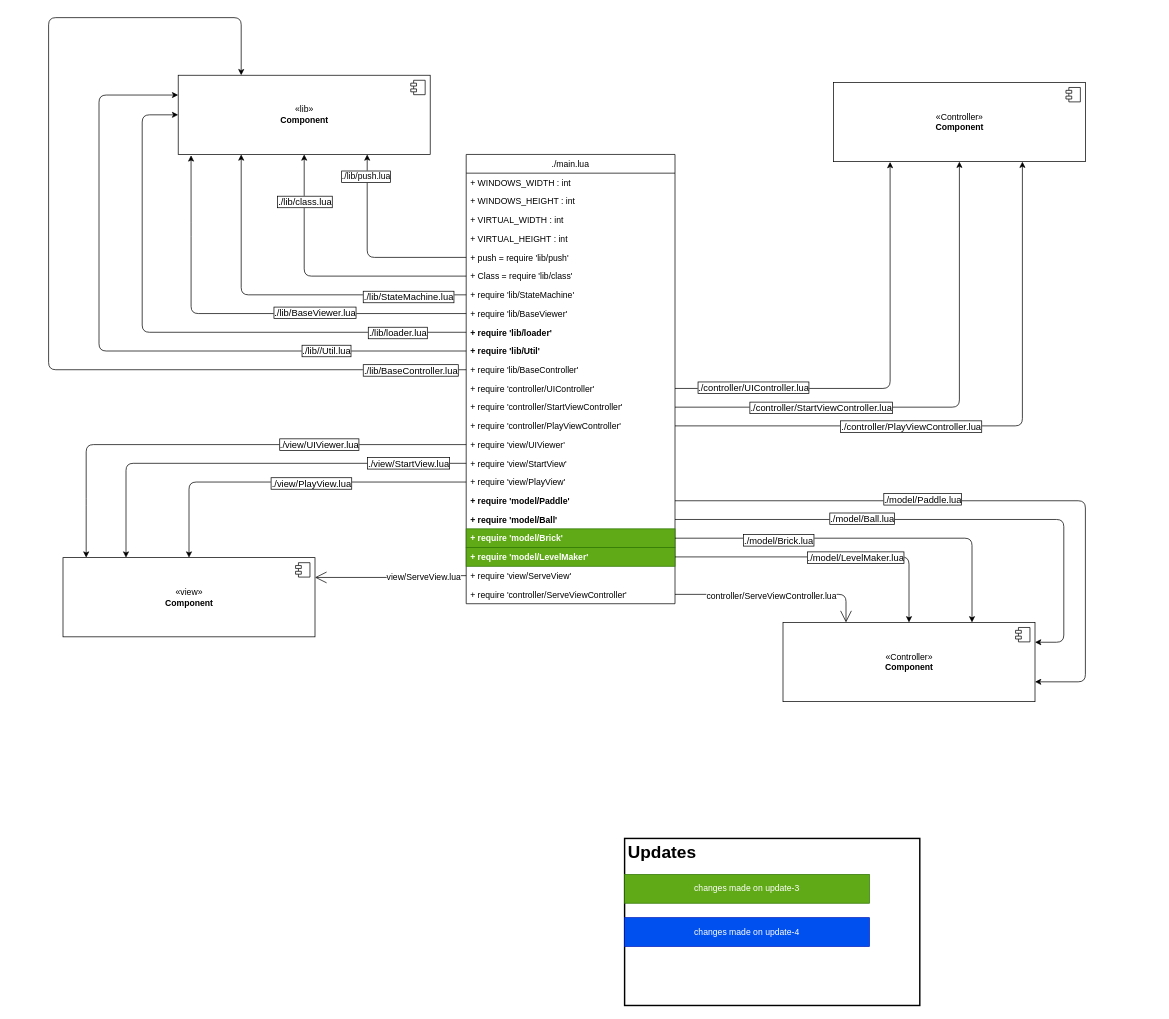
This is page "root" (3 of 7) of diagram.drawio from m00racle/breakout-love2d, a draw.io file, before an edit. Source tidied: cells renumbered, new cells numbered last; positions are measured from the earlier drawing's top-left corner, leaving out a move shared by most shapes. Both pictures are drawn from the tidied source at 72%, with x=0, y=0 at pixel (48, 17).
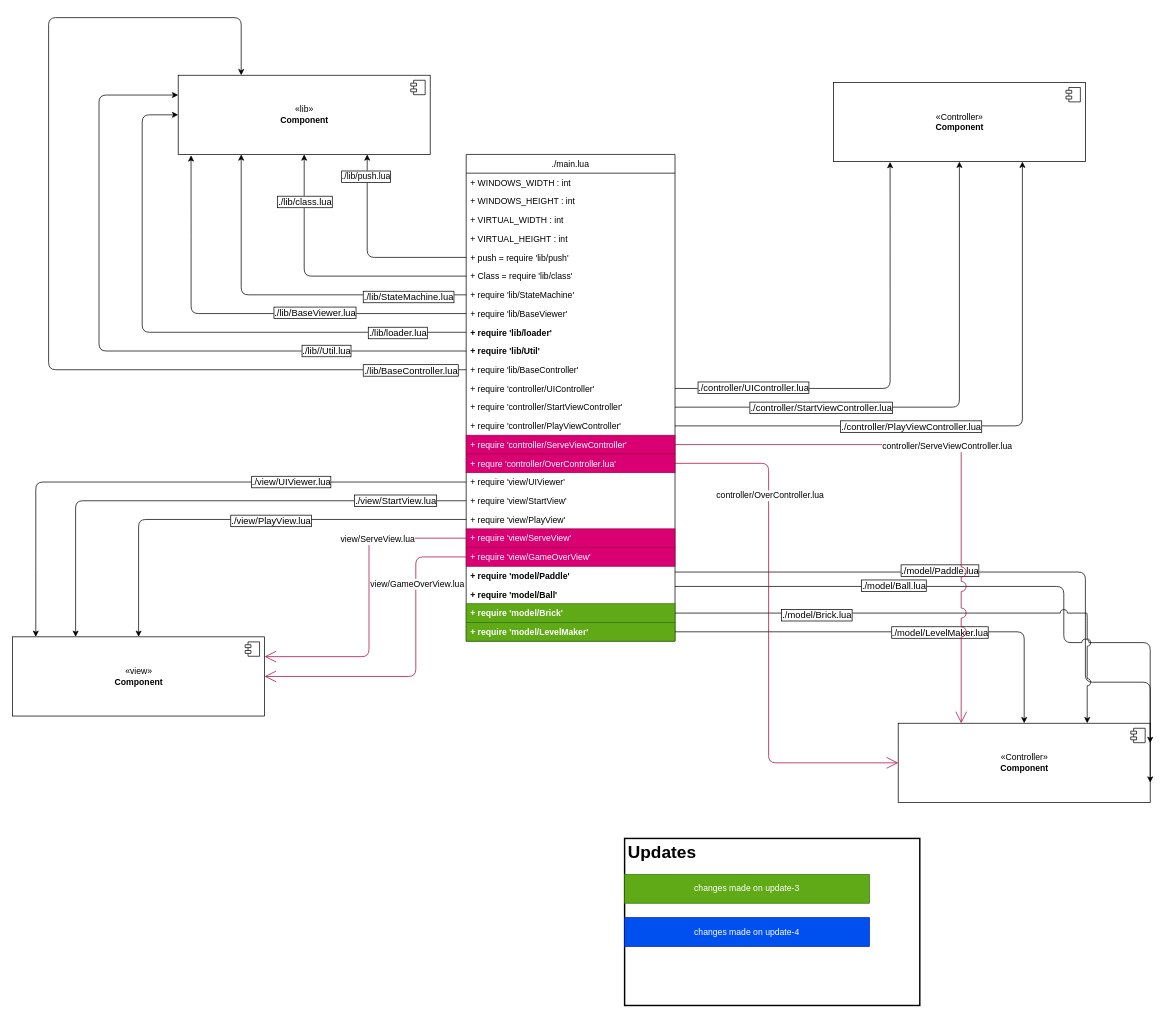
The same diagram, later.

Commit message (it also covers changes not shown here):
add root require GaveOverView and OverController

Change to the diagram source:
```diff
@@
     <mxCell id="2" value="./main.lua" style="swimlane;fontStyle=0;horizontal=1;startSize=26;fillColor=none;" parent="1" vertex="1">
-      <mxGeometry x="580" y="190" width="290" height="624" as="geometry" />
+      <mxGeometry x="580" y="190" width="290" height="676" as="geometry" />
     </mxCell>
@@
+    <mxCell id="25" value="+ require 'controller/ServeViewController'" style="text;strokeColor=#A50040;fillColor=#d80073;align=left;verticalAlign=top;spacingLeft=4;spacingRight=4;overflow=hidden;points=[[0,0.5],[1,0.5]];portConstraint=eastwest;fontSize=12;fontColor=#ffffff;" parent="2" vertex="1">
+      <mxGeometry y="390" width="290" height="26" as="geometry" />
+    </mxCell>
+    <mxCell id="75" value="+ requre 'controller/OverController.lua'" style="text;strokeColor=#A50040;fillColor=#d80073;align=left;verticalAlign=top;spacingLeft=4;spacingRight=4;overflow=hidden;points=[[0,0.5],[1,0.5]];portConstraint=eastwest;fontSize=12;fontColor=#ffffff;" parent="2" vertex="1">
+      <mxGeometry y="416" width="290" height="26" as="geometry" />
+    </mxCell>
     <mxCell id="17" value="+ require 'view/UIViewer'" style="text;strokeColor=none;fillColor=none;align=left;verticalAlign=top;spacingLeft=4;spacingRight=4;overflow=hidden;points=[[0,0.5],[1,0.5]];portConstraint=eastwest;" parent="2" vertex="1">
-      <mxGeometry y="390" width="290" height="26" as="geometry" />
+      <mxGeometry y="442" width="290" height="26" as="geometry" />
     </mxCell>
     <mxCell id="18" value="+ require 'view/StartView'" style="text;strokeColor=none;fillColor=none;align=left;verticalAlign=top;spacingLeft=4;spacingRight=4;overflow=hidden;points=[[0,0.5],[1,0.5]];portConstraint=eastwest;" parent="2" vertex="1">
-      <mxGeometry y="416" width="290" height="26" as="geometry" />
+      <mxGeometry y="468" width="290" height="26" as="geometry" />
     </mxCell>
     <mxCell id="19" value="+ require 'view/PlayView'" style="text;strokeColor=none;fillColor=none;align=left;verticalAlign=top;spacingLeft=4;spacingRight=4;overflow=hidden;points=[[0,0.5],[1,0.5]];portConstraint=eastwest;" parent="2" vertex="1">
-      <mxGeometry y="442" width="290" height="26" as="geometry" />
+      <mxGeometry y="494" width="290" height="26" as="geometry" />
     </mxCell>
+    <mxCell id="24" value="+ require 'view/ServeView'" style="text;strokeColor=#A50040;fillColor=#d80073;align=left;verticalAlign=top;spacingLeft=4;spacingRight=4;overflow=hidden;points=[[0,0.5],[1,0.5]];portConstraint=eastwest;fontSize=12;fontColor=#ffffff;" parent="2" vertex="1">
+      <mxGeometry y="520" width="290" height="26" as="geometry" />
+    </mxCell>
+    <mxCell id="76" value="+ require 'view/GameOverView'" style="text;strokeColor=#A50040;fillColor=#d80073;align=left;verticalAlign=top;spacingLeft=4;spacingRight=4;overflow=hidden;points=[[0,0.5],[1,0.5]];portConstraint=eastwest;fontColor=#ffffff;" parent="2" vertex="1">
+      <mxGeometry y="546" width="290" height="26" as="geometry" />
+    </mxCell>
     <mxCell id="20" value="+ require 'model/Paddle'" style="text;strokeColor=none;fillColor=none;align=left;verticalAlign=top;spacingLeft=4;spacingRight=4;overflow=hidden;points=[[0,0.5],[1,0.5]];portConstraint=eastwest;fontStyle=1;" parent="2" vertex="1">
-      <mxGeometry y="468" width="290" height="26" as="geometry" />
+      <mxGeometry y="572" width="290" height="26" as="geometry" />
     </mxCell>
     <mxCell id="21" value="+ require 'model/Ball'" style="text;strokeColor=none;fillColor=none;align=left;verticalAlign=top;spacingLeft=4;spacingRight=4;overflow=hidden;points=[[0,0.5],[1,0.5]];portConstraint=eastwest;fontStyle=1;" parent="2" vertex="1">
-      <mxGeometry y="494" width="290" height="26" as="geometry" />
+      <mxGeometry y="598" width="290" height="26" as="geometry" />
     </mxCell>
     <mxCell id="22" value="+ require 'model/Brick'" style="text;strokeColor=#2D7600;fillColor=#60a917;align=left;verticalAlign=top;spacingLeft=4;spacingRight=4;overflow=hidden;points=[[0,0.5],[1,0.5]];portConstraint=eastwest;fontStyle=1;fontColor=#ffffff;" parent="2" vertex="1">
-      <mxGeometry y="520" width="290" height="26" as="geometry" />
+      <mxGeometry y="624" width="290" height="26" as="geometry" />
     </mxCell>
     <mxCell id="23" value="+ require 'model/LevelMaker'" style="text;strokeColor=#2D7600;fillColor=#60a917;align=left;verticalAlign=top;spacingLeft=4;spacingRight=4;overflow=hidden;points=[[0,0.5],[1,0.5]];portConstraint=eastwest;fontStyle=1;fontColor=#ffffff;" parent="2" vertex="1">
-      <mxGeometry y="546" width="290" height="26" as="geometry" />
+      <mxGeometry y="650" width="290" height="26" as="geometry" />
     </mxCell>
-    <mxCell id="24" value="+ require 'view/ServeView'" style="text;strokeColor=none;fillColor=none;align=left;verticalAlign=top;spacingLeft=4;spacingRight=4;overflow=hidden;points=[[0,0.5],[1,0.5]];portConstraint=eastwest;fontSize=12;" parent="2" vertex="1">
-      <mxGeometry y="572" width="290" height="26" as="geometry" />
-    </mxCell>
-    <mxCell id="25" value="+ require 'controller/ServeViewController'" style="text;strokeColor=none;fillColor=none;align=left;verticalAlign=top;spacingLeft=4;spacingRight=4;overflow=hidden;points=[[0,0.5],[1,0.5]];portConstraint=eastwest;fontSize=12;" parent="2" vertex="1">
-      <mxGeometry y="598" width="290" height="26" as="geometry" />
-    </mxCell>
@@
     <mxCell id="42" value="«view»&lt;br&gt;&lt;b&gt;Component&lt;/b&gt;" style="html=1;" parent="1" vertex="1">
-      <mxGeometry x="20" y="750" width="350" height="110" as="geometry" />
+      <mxGeometry x="-50" y="860" width="350" height="110" as="geometry" />
     </mxCell>
@@
     <mxCell id="58" value="«Controller»&lt;br&gt;&lt;b&gt;Component&lt;/b&gt;" style="html=1;" parent="1" vertex="1">
-      <mxGeometry x="1020" y="840" width="350" height="110" as="geometry" />
+      <mxGeometry x="1180" y="980" width="350" height="110" as="geometry" />
     </mxCell>
@@
     <mxCell id="60" style="edgeStyle=orthogonalEdgeStyle;html=1;entryX=1;entryY=0.75;entryDx=0;entryDy=0;fontSize=13;" parent="1" edge="1" source="20" target="58">
       <mxGeometry relative="1" as="geometry">
         <Array as="points">
-          <mxPoint x="1440" y="671" />
+          <mxPoint x="1440" y="770" />
           <mxPoint x="1440" y="923" />
+          <mxPoint x="1530" y="923" />
         </Array>
       </mxGeometry>
     </mxCell>
@@
     <mxCell id="62" style="edgeStyle=orthogonalEdgeStyle;html=1;entryX=1;entryY=0.25;entryDx=0;entryDy=0;fontSize=13;jumpStyle=arc;jumpSize=10;" parent="1" edge="1" source="21" target="58">
       <mxGeometry relative="1" as="geometry">
         <Array as="points">
-          <mxPoint x="1410" y="697" />
+          <mxPoint x="1410" y="790" />
           <mxPoint x="1410" y="868" />
+          <mxPoint x="1530" y="868" />
         </Array>
       </mxGeometry>
     </mxCell>
@@
-    <mxCell id="71" style="edgeStyle=orthogonalEdgeStyle;rounded=1;jumpStyle=arc;jumpSize=14;jettySize=auto;html=1;entryX=1;entryY=0.25;entryDx=0;entryDy=0;fontSize=12;endArrow=open;endFill=0;startSize=14;endSize=14;" parent="1" edge="1" source="24" target="42">
+    <mxCell id="71" style="edgeStyle=orthogonalEdgeStyle;rounded=1;jumpStyle=arc;jumpSize=14;jettySize=auto;html=1;entryX=1;entryY=0.25;entryDx=0;entryDy=0;fontSize=12;endArrow=open;endFill=0;startSize=14;endSize=14;fillColor=#d80073;strokeColor=#A50040;" parent="1" edge="1" source="24" target="42">
       <mxGeometry relative="1" as="geometry" />
     </mxCell>
@@
-    <mxCell id="73" style="edgeStyle=orthogonalEdgeStyle;rounded=1;jumpStyle=arc;jumpSize=14;jettySize=auto;html=1;entryX=0.25;entryY=0;entryDx=0;entryDy=0;fontSize=12;endArrow=open;endFill=0;startSize=14;endSize=14;" parent="1" edge="1" source="25" target="58">
+    <mxCell id="73" style="edgeStyle=orthogonalEdgeStyle;rounded=1;jumpStyle=arc;jumpSize=14;jettySize=auto;html=1;entryX=0.25;entryY=0;entryDx=0;entryDy=0;fontSize=12;endArrow=open;endFill=0;startSize=14;endSize=14;fillColor=#d80073;strokeColor=#A50040;" parent="1" edge="1" source="25" target="58">
       <mxGeometry relative="1" as="geometry" />
     </mxCell>
@@
+    <mxCell id="77" style="edgeStyle=orthogonalEdgeStyle;rounded=1;jettySize=auto;html=1;entryX=1;entryY=0.5;entryDx=0;entryDy=0;endArrow=open;endFill=0;endSize=14;startSize=14;fillColor=#d80073;strokeColor=#A50040;" parent="1" edge="1" source="76" target="42">
+      <mxGeometry relative="1" as="geometry">
+        <Array as="points">
+          <mxPoint x="510" y="749" />
+          <mxPoint x="510" y="915" />
+        </Array>
+      </mxGeometry>
+    </mxCell>
+    <mxCell id="78" value="view/GameOverView.lua" style="edgeLabel;html=1;align=center;verticalAlign=middle;fontSize=12;" parent="77" vertex="1">
+      <mxGeometry x="-0.52" y="1" relative="1" as="geometry" />
+    </mxCell>
+    <mxCell id="79" style="edgeStyle=orthogonalEdgeStyle;rounded=1;jettySize=auto;html=1;entryX=0;entryY=0.5;entryDx=0;entryDy=0;fontSize=12;endArrow=open;endFill=0;startSize=14;endSize=14;fillColor=#d80073;strokeColor=#A50040;" parent="1" edge="1" source="75" target="58">
+      <mxGeometry relative="1" as="geometry">
+        <Array as="points">
+          <mxPoint x="1000" y="619" />
+          <mxPoint x="1000" y="1035" />
+        </Array>
+      </mxGeometry>
+    </mxCell>
+    <mxCell id="80" value="controller/OverController.lua" style="edgeLabel;html=1;align=center;verticalAlign=middle;fontSize=12;" parent="79" vertex="1">
+      <mxGeometry x="-0.52" y="1" relative="1" as="geometry" />
+    </mxCell>
```
